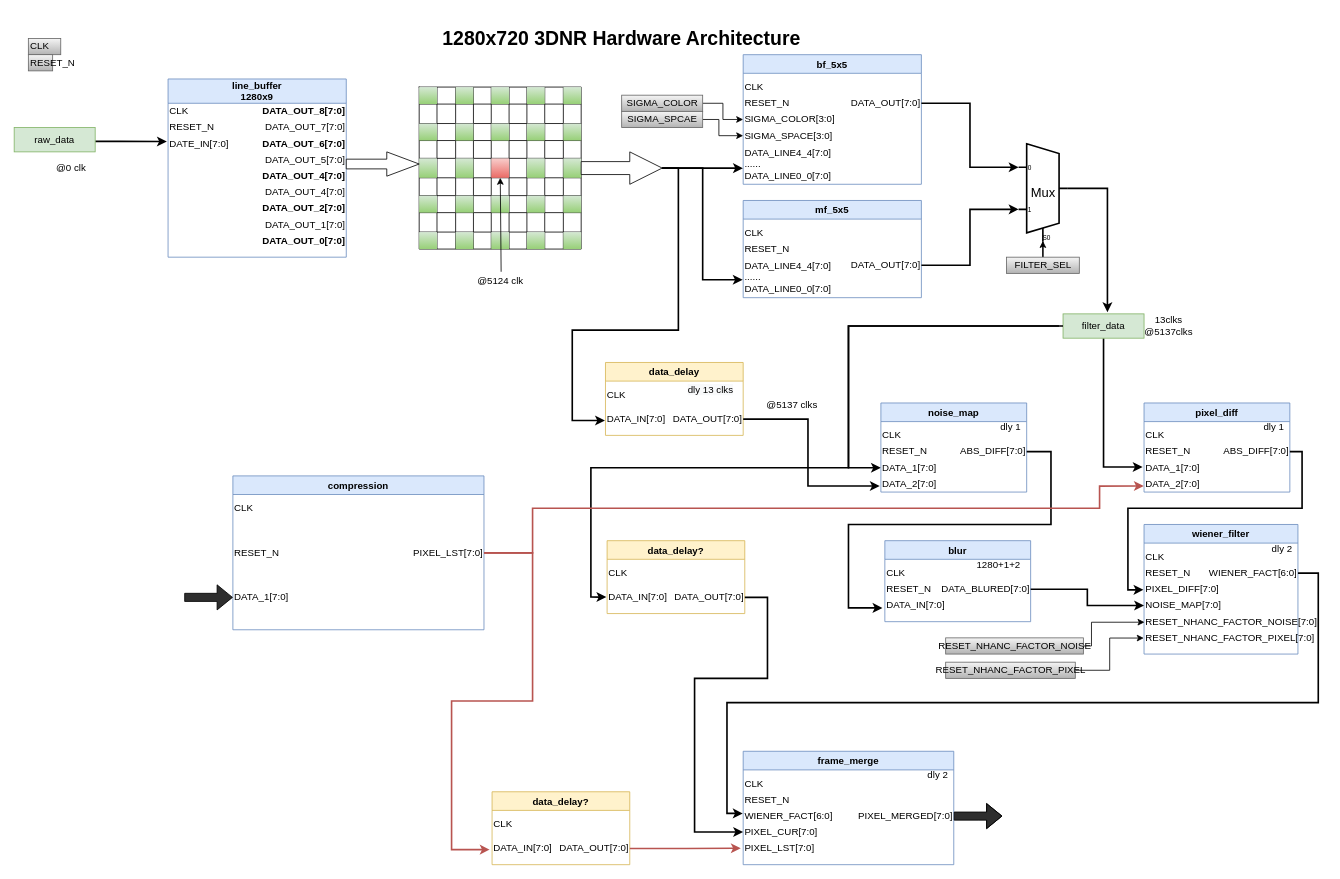
sustcsugar/draw.io keeps this draw.io diagram as page "ModulePartation" (2 of 2) of 3DNR/3DNR_hardware.drawio. Above is the earlier version. Source tidied: cells renumbered, new cells numbered last; positions are measured from the earlier drawing's top-left corner, leaving out a move shared by most shapes. Both pictures are drawn from the tidied source at 81%, with x=0, y=0 at pixel (14, 22).
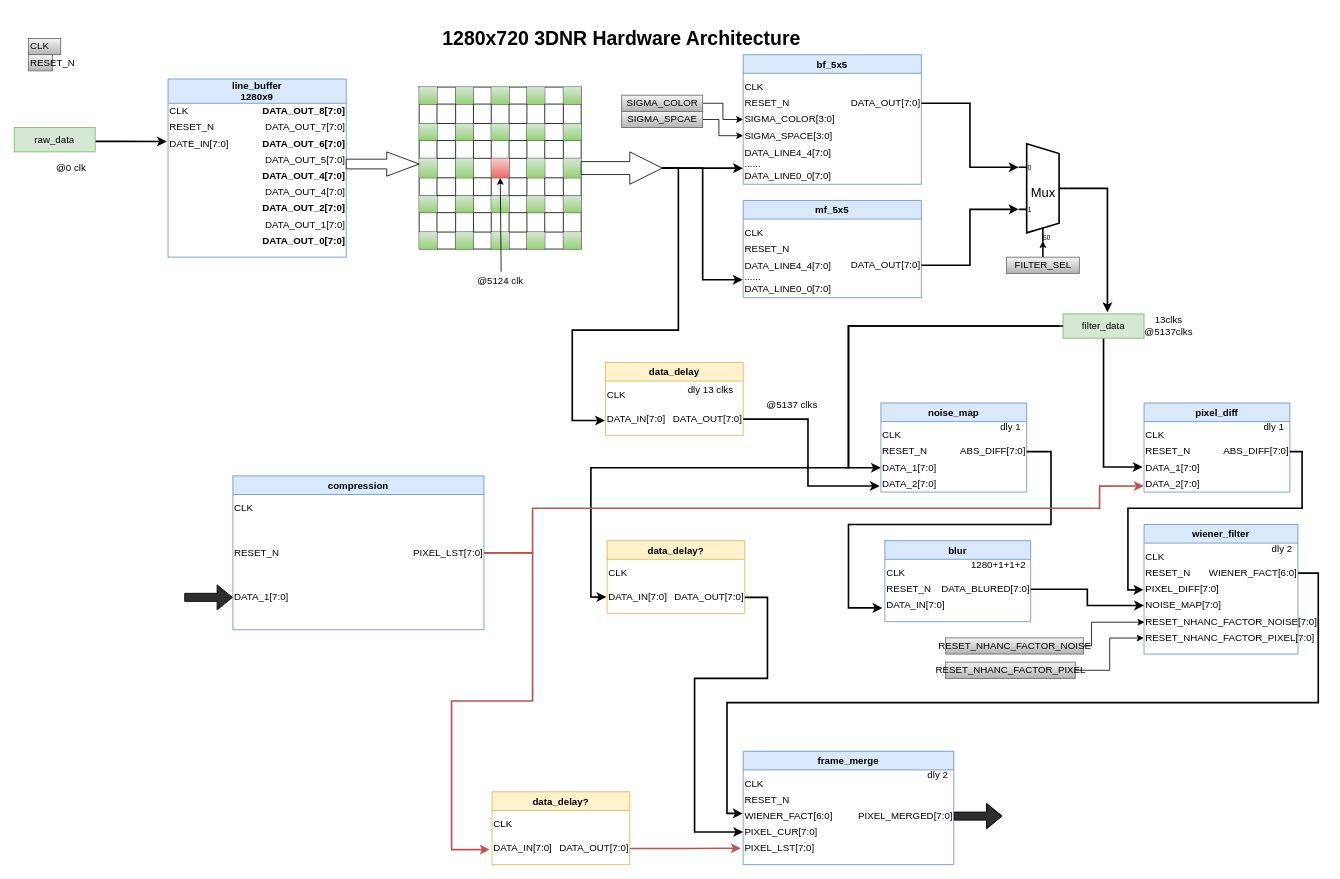
The same page after the edit.

Commit message:
2021-12-01 23:31:11 from SHI Gang

Unchanged cells that the change refers to:
```xml
<mxCell id="50" value="blur" style="swimlane;fillColor=#dae8fc;strokeColor=#6c8ebf;startSize=23;" parent="1" vertex="1">
  <mxGeometry x="1074.9" y="640" width="180" height="100" as="geometry" />
</mxCell>
```

Diff of the diagram source:
```diff
@@
-    <mxCell id="55" value="1280+1+2" style="text;html=1;align=center;verticalAlign=middle;strokeColor=none;fillColor=none;" parent="50" vertex="1">
-      <mxGeometry x="105" y="20" width="70" height="20" as="geometry" />
+    <mxCell id="55" value="1280+1+1+2" style="text;html=1;align=center;verticalAlign=middle;strokeColor=none;fillColor=none;" parent="50" vertex="1">
+      <mxGeometry x="100" y="20" width="80" height="20" as="geometry" />
     </mxCell>
```
